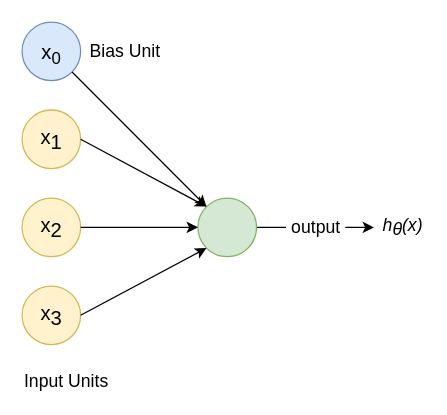
Above: images/neural-network/neuron.drawio.xml in trekhleb/machine-learning-octave (draw.io), before the change. Source tidied: cells renumbered, new cells numbered last; positions are measured from the earlier drawing's top-left corner, leaving out a move shared by most shapes. Both pictures are drawn from the tidied source at 126%, with x=0, y=0 at pixel (21, 21).
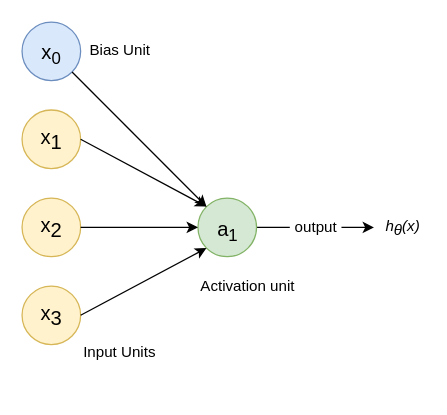
The same diagram, later.

Diff of the diagram source:
```diff
@@
 <mxGraphModel background="#ffffff">
   <root>
     <mxCell id="0" />
     <mxCell id="1" parent="0" />
     <mxCell id="2" style="group;" parent="1" vertex="1">
       <mxGeometry width="320" height="291" as="geometry" />
     </mxCell>
     <mxCell id="3" value="&lt;font style=&quot;font-size: 16px;&quot;&gt;x&lt;sub style=&quot;font-size: 16px;&quot;&gt;1&lt;/sub&gt;&lt;/font&gt;" style="ellipse;whiteSpace=wrap;html=1;fontSize=16;fillColor=#fff2cc;strokeColor=#d6b656;" parent="2" vertex="1">
       <mxGeometry y="69.8" width="46.5" height="46.5" as="geometry" />
     </mxCell>
     <mxCell id="4" value="&lt;font style=&quot;font-size: 16px;&quot;&gt;x&lt;sub style=&quot;font-size: 16px;&quot;&gt;2&lt;/sub&gt;&lt;/font&gt;" style="ellipse;whiteSpace=wrap;html=1;fontSize=16;fillColor=#fff2cc;strokeColor=#d6b656;" parent="2" vertex="1">
       <mxGeometry y="139.7" width="46.5" height="46.5" as="geometry" />
     </mxCell>
     <mxCell id="5" value="&lt;font style=&quot;font-size: 16px;&quot;&gt;x&lt;/font&gt;&lt;font style=&quot;font-size: 16px;&quot;&gt;&lt;sub style=&quot;font-size: 16px;&quot;&gt;3&lt;/sub&gt;&lt;/font&gt;" style="ellipse;whiteSpace=wrap;html=1;fontSize=16;fillColor=#fff2cc;strokeColor=#d6b656;" parent="2" vertex="1">
       <mxGeometry y="209.5" width="46.5" height="46.5" as="geometry" />
     </mxCell>
     <mxCell id="6" value="&lt;font style=&quot;font-size: 16px&quot;&gt;x&lt;sub&gt;0&lt;/sub&gt;&lt;/font&gt;" style="ellipse;whiteSpace=wrap;html=1;fontSize=23;fillColor=#dae8fc;strokeColor=#6c8ebf;" parent="2" vertex="1">
       <mxGeometry width="46.5" height="46.5" as="geometry" />
     </mxCell>
-    <mxCell id="7" value="&amp;nbsp;output&amp;nbsp;" style="edgeStyle=none;rounded=0;html=1;exitX=1;exitY=0.5;jettySize=auto;fontSize=14;" parent="2" edge="1" source="8">
+    <mxCell id="7" value="&amp;nbsp;output&amp;nbsp;" style="edgeStyle=none;rounded=0;html=1;exitX=1;exitY=0.5;jettySize=auto;fontSize=12;" parent="2" edge="1" source="8">
       <mxGeometry relative="1" as="geometry">
         <mxPoint x="279.3" y="163" as="targetPoint" />
       </mxGeometry>
     </mxCell>
-    <mxCell id="8" style="ellipse;whiteSpace=wrap;html=1;fontSize=23;fillColor=#d5e8d4;strokeColor=#82b366;" parent="2" vertex="1">
+    <mxCell id="8" value="&lt;font style=&quot;font-size: 16px&quot;&gt;a&lt;sub&gt;1&lt;/sub&gt;&lt;/font&gt;" style="ellipse;whiteSpace=wrap;html=1;fontSize=23;fillColor=#d5e8d4;strokeColor=#82b366;" parent="2" vertex="1">
       <mxGeometry x="139.6" y="139.7" width="46.5" height="46.5" as="geometry" />
     </mxCell>
     <mxCell id="9" style="rounded=0;html=1;exitX=1;exitY=0.5;entryX=0;entryY=0;jettySize=auto;fontSize=23;" parent="2" edge="1" source="3" target="8">
       <mxGeometry relative="1" as="geometry" />
     </mxCell>
     <mxCell id="10" style="edgeStyle=none;rounded=0;html=1;exitX=1;exitY=0.5;entryX=0;entryY=0.5;jettySize=auto;fontSize=23;" parent="2" edge="1" source="4" target="8">
       <mxGeometry relative="1" as="geometry" />
     </mxCell>
     <mxCell id="11" style="edgeStyle=none;rounded=0;html=1;exitX=1;exitY=0.5;entryX=0;entryY=1;jettySize=auto;fontSize=23;" parent="2" edge="1" source="5" target="8">
       <mxGeometry relative="1" as="geometry" />
     </mxCell>
     <mxCell id="12" style="edgeStyle=none;rounded=0;html=1;exitX=1;exitY=1;entryX=0;entryY=0;jettySize=auto;fontSize=23;" parent="2" edge="1" source="6" target="8">
       <mxGeometry relative="1" as="geometry" />
     </mxCell>
-    <mxCell id="13" value="h&lt;span style=&quot;font-size: 14px;&quot;&gt;&lt;sub style=&quot;font-size: 14px;&quot;&gt;θ&lt;/sub&gt;&lt;/span&gt;(x)" style="text;html=1;strokeColor=none;fillColor=none;align=center;verticalAlign=middle;whiteSpace=wrap;rounded=0;fontSize=14;fontStyle=2;" parent="2" vertex="1">
+    <mxCell id="13" value="h&lt;span style=&quot;font-size: 12px;&quot;&gt;&lt;sub style=&quot;font-size: 12px;&quot;&gt;θ&lt;/sub&gt;&lt;/span&gt;(x)" style="text;html=1;strokeColor=none;fillColor=none;align=center;verticalAlign=middle;whiteSpace=wrap;rounded=0;fontSize=12;fontStyle=2;" parent="2" vertex="1">
       <mxGeometry x="285.1" y="157.1" width="34.9" height="11.6" as="geometry" />
     </mxCell>
-    <mxCell id="14" value="Bias Unit" style="text;html=1;strokeColor=none;fillColor=none;align=left;verticalAlign=middle;whiteSpace=wrap;rounded=0;fontSize=14;" parent="2" vertex="1">
+    <mxCell id="14" value="Bias Unit" style="text;html=1;strokeColor=none;fillColor=none;align=left;verticalAlign=middle;whiteSpace=wrap;rounded=0;fontSize=12;" parent="2" vertex="1">
       <mxGeometry x="52.4" y="17.5" width="128" height="11.6" as="geometry" />
     </mxCell>
-    <mxCell id="15" value="Input Units" style="text;html=1;strokeColor=none;fillColor=none;align=left;verticalAlign=middle;whiteSpace=wrap;rounded=0;fontSize=14;" parent="2" vertex="1">
-      <mxGeometry y="279.4" width="128" height="11.6" as="geometry" />
+    <mxCell id="15" value="Input Units" style="text;html=1;strokeColor=none;fillColor=none;align=left;verticalAlign=middle;whiteSpace=wrap;rounded=0;fontSize=12;" parent="2" vertex="1">
+      <mxGeometry x="46.5" y="255.9" width="128" height="11.6" as="geometry" />
     </mxCell>
+    <mxCell id="16" value="Activation unit" style="text;html=1;strokeColor=none;fillColor=none;align=left;verticalAlign=middle;whiteSpace=wrap;rounded=0;fontSize=12;" parent="2" vertex="1">
+      <mxGeometry x="139.5" y="203.9" width="128" height="11.6" as="geometry" />
+    </mxCell>
   </root>
 </mxGraphModel>
```
